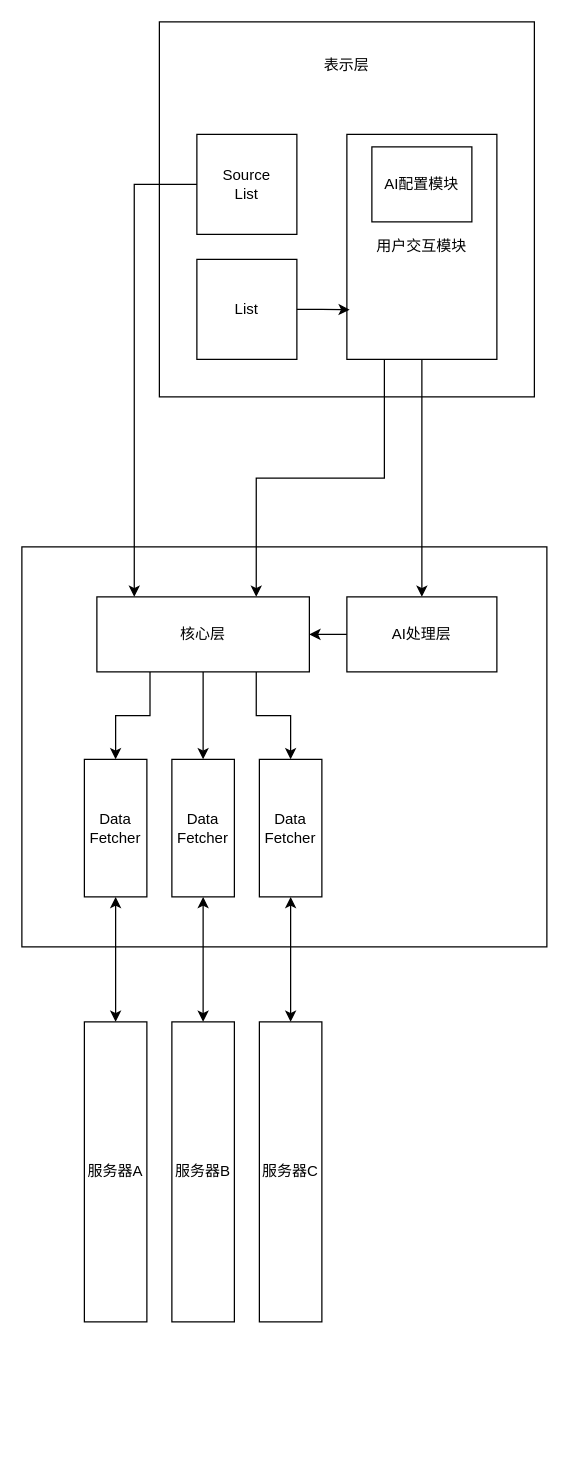
This is 总体设计.drawio from RimLutienpeist/Draw_io_Repo, a draw.io file, before an edit. Source tidied: cells renumbered, new cells numbered last; positions are measured from the earlier drawing's top-left corner, leaving out a move shared by most shapes. Both pictures are drawn from the tidied source at 125%, with x=0, y=0 at pixel (21, 21).
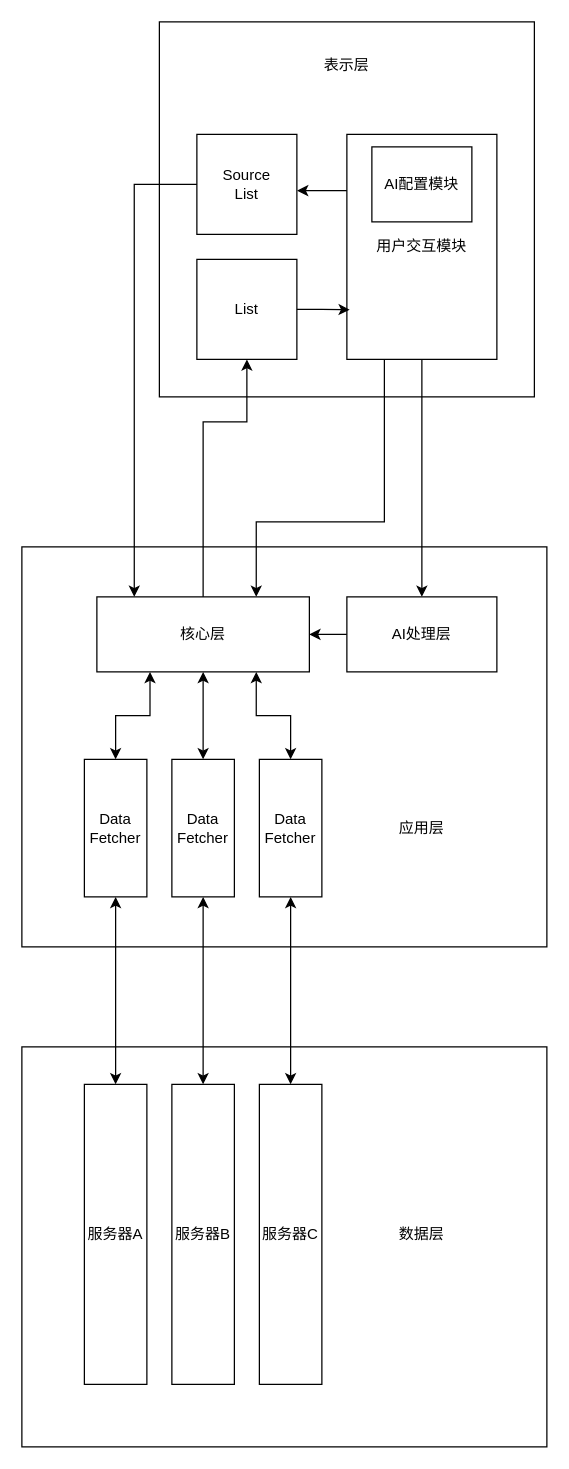
Above is the later version.

Commit message (it also covers changes not shown here):
更新总体设计.drawio

The change refers to these unchanged cells:
```xml
<mxCell id="4" value="Source&lt;div&gt;List&lt;/div&gt;" style="whiteSpace=wrap;html=1;" parent="1" vertex="1">
  <mxGeometry x="140" y="90" width="80" height="80" as="geometry" />
</mxCell>
<mxCell id="7" value="用户交互模块" style="rounded=0;whiteSpace=wrap;html=1;" parent="1" vertex="1">
  <mxGeometry x="260" y="90" width="120" height="180" as="geometry" />
</mxCell>
<mxCell id="9" value="List" style="rounded=0;whiteSpace=wrap;html=1;" parent="1" vertex="1">
  <mxGeometry x="140" y="190" width="80" height="80" as="geometry" />
</mxCell>
<mxCell id="16" value="核心层" style="rounded=0;whiteSpace=wrap;html=1;" parent="1" vertex="1">
  <mxGeometry x="60" y="460" width="170" height="60" as="geometry" />
</mxCell>
<mxCell id="18" value="Data&lt;div&gt;Fetcher&lt;/div&gt;" style="rounded=0;whiteSpace=wrap;html=1;" parent="1" vertex="1">
  <mxGeometry x="50" y="590" width="50" height="110" as="geometry" />
</mxCell>
<mxCell id="20" value="Data&lt;div&gt;Fetcher&lt;/div&gt;" style="rounded=0;whiteSpace=wrap;html=1;" parent="1" vertex="1">
  <mxGeometry x="120" y="590" width="50" height="110" as="geometry" />
</mxCell>
<mxCell id="22" value="Data&lt;div&gt;Fetcher&lt;/div&gt;" style="rounded=0;whiteSpace=wrap;html=1;" parent="1" vertex="1">
  <mxGeometry x="190" y="590" width="50" height="110" as="geometry" />
</mxCell>
```

What changed in the source:
```diff
@@
+    <mxCell id="28" style="rounded=0;whiteSpace=wrap;html=1;" parent="1" vertex="1">
+      <mxGeometry y="820" width="420" height="320" as="geometry" />
+    </mxCell>
@@
     <mxCell id="6" style="edgeStyle=orthogonalEdgeStyle;rounded=0;jettySize=auto;html=1;exitX=0.25;exitY=1;exitDx=0;exitDy=0;entryX=0.75;entryY=0;entryDx=0;entryDy=0;" parent="1" edge="1" source="7" target="16">
-      <mxGeometry relative="1" as="geometry" />
+      <mxGeometry relative="1" as="geometry">
+        <Array as="points">
+          <mxPoint x="290" y="400" />
+          <mxPoint x="188" y="400" />
+        </Array>
+      </mxGeometry>
     </mxCell>
@@
-    <mxCell id="13" style="edgeStyle=orthogonalEdgeStyle;rounded=0;jettySize=auto;html=1;exitX=0.5;exitY=1;exitDx=0;exitDy=0;entryX=0.5;entryY=0;entryDx=0;entryDy=0;" parent="1" edge="1" source="16" target="20">
+    <mxCell id="13" style="edgeStyle=orthogonalEdgeStyle;rounded=0;jettySize=auto;html=1;exitX=0.5;exitY=1;exitDx=0;exitDy=0;entryX=0.5;entryY=0;entryDx=0;entryDy=0;startArrow=classic;startFill=1;" parent="1" edge="1" source="16" target="20">
       <mxGeometry relative="1" as="geometry" />
     </mxCell>
-    <mxCell id="14" style="edgeStyle=orthogonalEdgeStyle;rounded=0;jettySize=auto;html=1;exitX=0.25;exitY=1;exitDx=0;exitDy=0;entryX=0.5;entryY=0;entryDx=0;entryDy=0;" parent="1" edge="1" source="16" target="18">
+    <mxCell id="14" style="edgeStyle=orthogonalEdgeStyle;rounded=0;jettySize=auto;html=1;exitX=0.25;exitY=1;exitDx=0;exitDy=0;entryX=0.5;entryY=0;entryDx=0;entryDy=0;startArrow=classic;startFill=1;" parent="1" edge="1" source="16" target="18">
       <mxGeometry relative="1" as="geometry" />
     </mxCell>
-    <mxCell id="15" style="edgeStyle=orthogonalEdgeStyle;rounded=0;jettySize=auto;html=1;exitX=0.75;exitY=1;exitDx=0;exitDy=0;entryX=0.5;entryY=0;entryDx=0;entryDy=0;" parent="1" edge="1" source="16" target="22">
+    <mxCell id="15" style="edgeStyle=orthogonalEdgeStyle;rounded=0;jettySize=auto;html=1;exitX=0.75;exitY=1;exitDx=0;exitDy=0;entryX=0.5;entryY=0;entryDx=0;entryDy=0;startArrow=classic;startFill=1;" parent="1" edge="1" source="16" target="22">
       <mxGeometry relative="1" as="geometry" />
     </mxCell>
+    <mxCell id="29" style="edgeStyle=orthogonalEdgeStyle;rounded=0;jettySize=auto;html=1;exitX=0.5;exitY=0;exitDx=0;exitDy=0;" parent="1" edge="1" source="16" target="9">
+      <mxGeometry relative="1" as="geometry">
+        <Array as="points">
+          <mxPoint x="145" y="320" />
+          <mxPoint x="180" y="320" />
+        </Array>
+      </mxGeometry>
+    </mxCell>
@@
-    <mxCell id="23" style="edgeStyle=orthogonalEdgeStyle;rounded=0;jettySize=auto;html=1;exitX=0;exitY=0.5;exitDx=0;exitDy=0;entryX=0.176;entryY=0;entryDx=0;entryDy=0;entryPerimeter=0;" parent="1" edge="1" source="4" target="16">
+    <mxCell id="23" style="edgeStyle=orthogonalEdgeStyle;rounded=0;jettySize=auto;html=1;exitX=0;exitY=0.5;exitDx=0;exitDy=0;entryX=0.176;entryY=0;entryDx=0;entryDy=0;entryPerimeter=0;startArrow=none;startFill=0;" parent="1" edge="1" source="4" target="16">
       <mxGeometry relative="1" as="geometry" />
     </mxCell>
@@
     <mxCell id="25" value="服务器A" style="rounded=0;whiteSpace=wrap;html=1;" parent="1" vertex="1">
-      <mxGeometry x="50" y="800" width="50" height="240" as="geometry" />
+      <mxGeometry x="50" y="850" width="50" height="240" as="geometry" />
     </mxCell>
     <mxCell id="26" value="服务器B" style="rounded=0;whiteSpace=wrap;html=1;" parent="1" vertex="1">
-      <mxGeometry x="120" y="800" width="50" height="240" as="geometry" />
+      <mxGeometry x="120" y="850" width="50" height="240" as="geometry" />
     </mxCell>
     <mxCell id="27" value="服务器C" style="rounded=0;whiteSpace=wrap;html=1;" parent="1" vertex="1">
-      <mxGeometry x="190" y="800" width="50" height="240" as="geometry" />
+      <mxGeometry x="190" y="850" width="50" height="240" as="geometry" />
     </mxCell>
+    <mxCell id="30" style="edgeStyle=orthogonalEdgeStyle;rounded=0;jettySize=auto;html=1;exitX=0;exitY=0.25;exitDx=0;exitDy=0;entryX=1.002;entryY=0.559;entryDx=0;entryDy=0;entryPerimeter=0;" parent="1" edge="1" source="7" target="4">
+      <mxGeometry relative="1" as="geometry" />
+    </mxCell>
+    <mxCell id="31" value="应用层" style="text;html=1;align=center;verticalAlign=middle;whiteSpace=wrap;rounded=0;" parent="1" vertex="1">
+      <mxGeometry x="290" y="630" width="60" height="30" as="geometry" />
+    </mxCell>
+    <mxCell id="32" value="数据层" style="text;html=1;align=center;verticalAlign=middle;whiteSpace=wrap;rounded=0;" parent="1" vertex="1">
+      <mxGeometry x="290" y="955" width="60" height="30" as="geometry" />
+    </mxCell>
```
